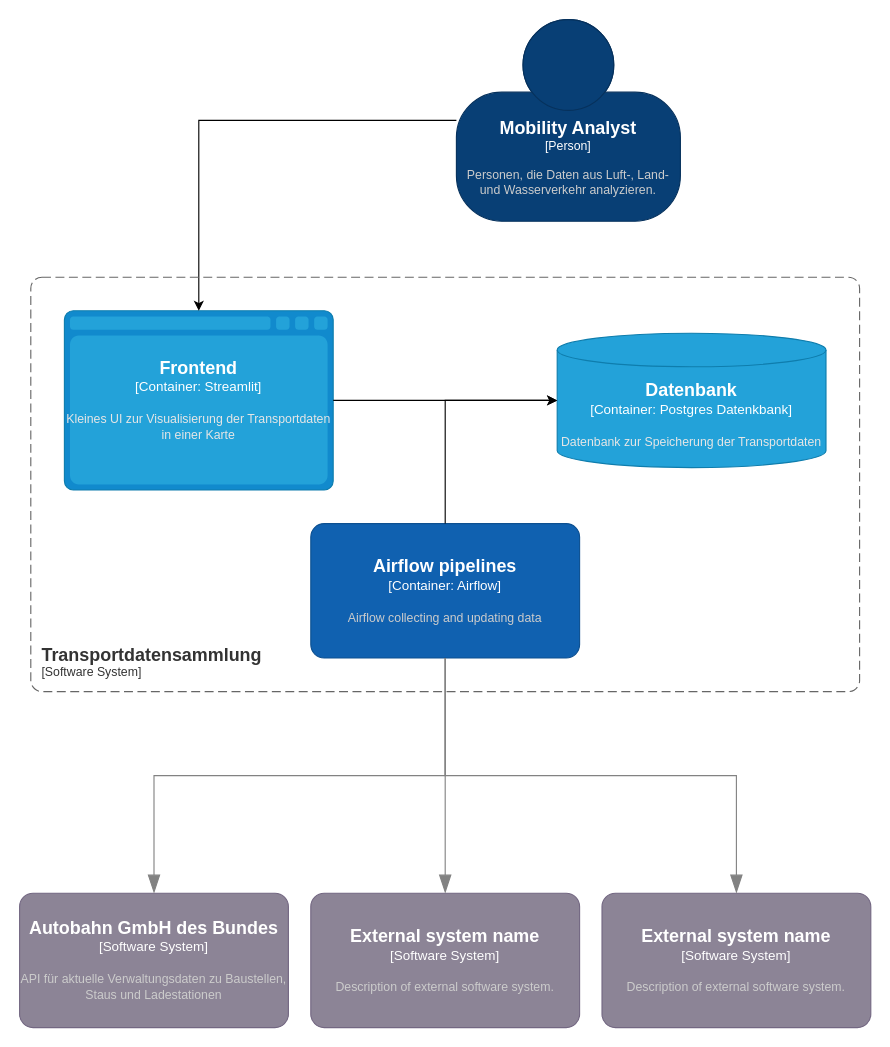
dhbw-lecture-containerization/TransportDash keeps this draw.io diagram as C4/ContainerDiagramm.drawio. Above is the earlier version. Source tidied: cells renumbered, new cells numbered last; positions are measured from the earlier drawing's top-left corner, leaving out a move shared by most shapes. Both pictures are drawn from the tidied source at 112%, with x=0, y=0 at pixel (19, 19).
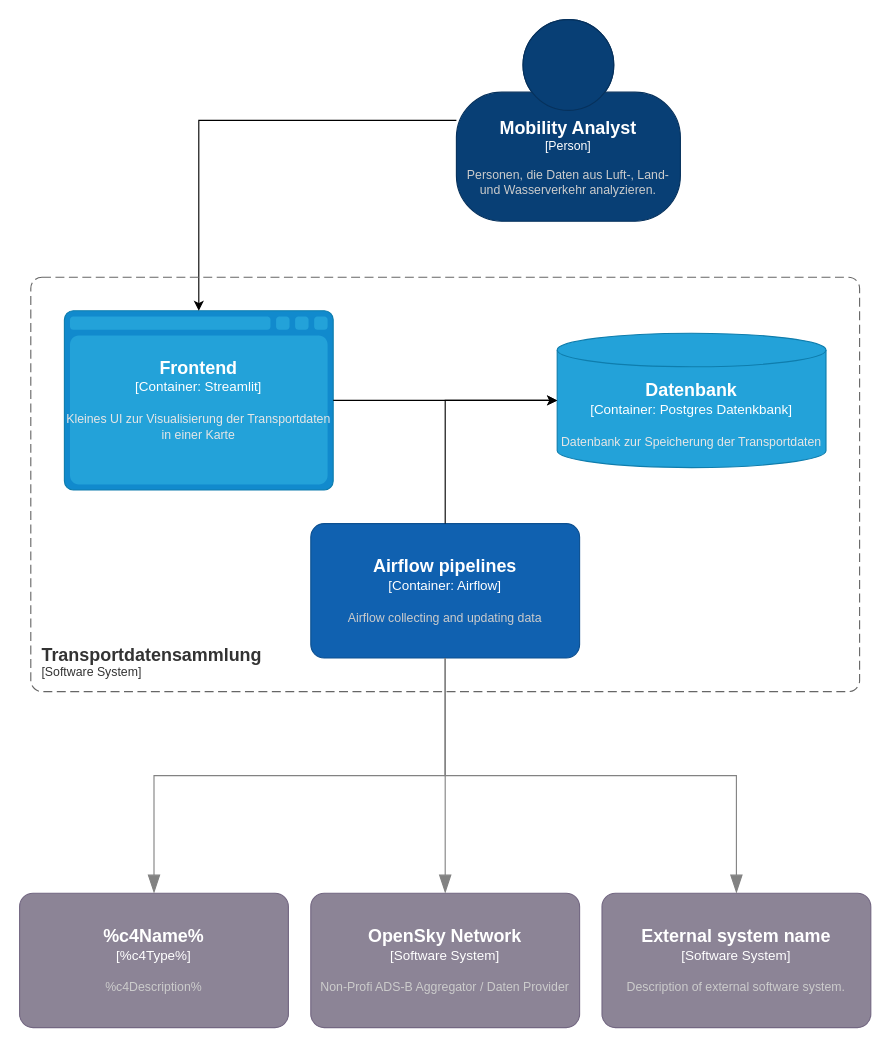
After the change.

Commit message (it also covers changes not shown here):
add opensky to C4 diagrams

The edit, as a diff of the source:
```diff
@@
-    <object id="4" label="&lt;font style=&quot;font-size: 16px&quot;&gt;&lt;b&gt;%c4Name%&lt;/b&gt;&lt;/font&gt;&lt;div&gt;[%c4Type%]&lt;/div&gt;&lt;br&gt;&lt;div&gt;&lt;font style=&quot;font-size: 11px&quot;&gt;&lt;font color=&quot;#cccccc&quot;&gt;%c4Description%&lt;/font&gt;&lt;/div&gt;" c4Description="API für aktuelle Verwaltungsdaten zu Baustellen, Staus und Ladestationen" c4Name="Autobahn GmbH des Bundes" c4Type="Software System" placeholders="1">
-      <mxCell style="rounded=1;whiteSpace=wrap;html=1;labelBackgroundColor=none;fillColor=#8C8496;fontColor=#ffffff;align=center;arcSize=10;strokeColor=#736782;points=[[0.25,0,0],[0.5,0,0],[0.75,0,0],[1,0.25,0],[1,0.5,0],[1,0.75,0],[0.75,1,0],[0.5,1,0],[0.25,1,0],[0,0.75,0],[0,0.5,0],[0,0.25,0]];" parent="1" vertex="1">
-        <mxGeometry y="780" width="240" height="120" as="geometry" />
-      </mxCell>
-    </object>
+    <mxCell id="4" value="&lt;font style=&quot;font-size: 16px&quot;&gt;&lt;b&gt;%c4Name%&lt;/b&gt;&lt;/font&gt;&lt;div&gt;[%c4Type%]&lt;/div&gt;&lt;br&gt;&lt;div&gt;&lt;font style=&quot;font-size: 11px&quot;&gt;&lt;font color=&quot;#cccccc&quot;&gt;%c4Description%&lt;/font&gt;&lt;/div&gt;" style="rounded=1;whiteSpace=wrap;html=1;labelBackgroundColor=none;fillColor=#8C8496;fontColor=#ffffff;align=center;arcSize=10;strokeColor=#736782;points=[[0.25,0,0],[0.5,0,0],[0.75,0,0],[1,0.25,0],[1,0.5,0],[1,0.75,0],[0.75,1,0],[0.5,1,0],[0.25,1,0],[0,0.75,0],[0,0.5,0],[0,0.25,0]];" parent="1" vertex="1">
+      <mxGeometry y="780" width="240" height="120" as="geometry" />
+    </mxCell>
-    <object id="5" label="&lt;font style=&quot;font-size: 16px&quot;&gt;&lt;b&gt;%c4Name%&lt;/b&gt;&lt;/font&gt;&lt;div&gt;[%c4Type%]&lt;/div&gt;&lt;br&gt;&lt;div&gt;&lt;font style=&quot;font-size: 11px&quot;&gt;&lt;font color=&quot;#cccccc&quot;&gt;%c4Description%&lt;/font&gt;&lt;/div&gt;" c4Description="Description of external software system." c4Name="External system name" c4Type="Software System" placeholders="1">
+    <object id="5" label="&lt;font style=&quot;font-size: 16px&quot;&gt;&lt;b&gt;%c4Name%&lt;/b&gt;&lt;/font&gt;&lt;div&gt;[%c4Type%]&lt;/div&gt;&lt;br&gt;&lt;div&gt;&lt;font style=&quot;font-size: 11px&quot;&gt;&lt;font color=&quot;#cccccc&quot;&gt;%c4Description%&lt;/font&gt;&lt;/div&gt;" c4Description="Non-Profi ADS-B Aggregator / Daten Provider" c4Name="OpenSky Network" c4Type="Software System" placeholders="1">
       <mxCell style="rounded=1;whiteSpace=wrap;html=1;labelBackgroundColor=none;fillColor=#8C8496;fontColor=#ffffff;align=center;arcSize=10;strokeColor=#736782;points=[[0.25,0,0],[0.5,0,0],[0.75,0,0],[1,0.25,0],[1,0.5,0],[1,0.75,0],[0.75,1,0],[0.5,1,0],[0.25,1,0],[0,0.75,0],[0,0.5,0],[0,0.25,0]];" parent="1" vertex="1">
         <mxGeometry x="260" y="780" width="240" height="120" as="geometry" />
       </mxCell>
     </object>
```
